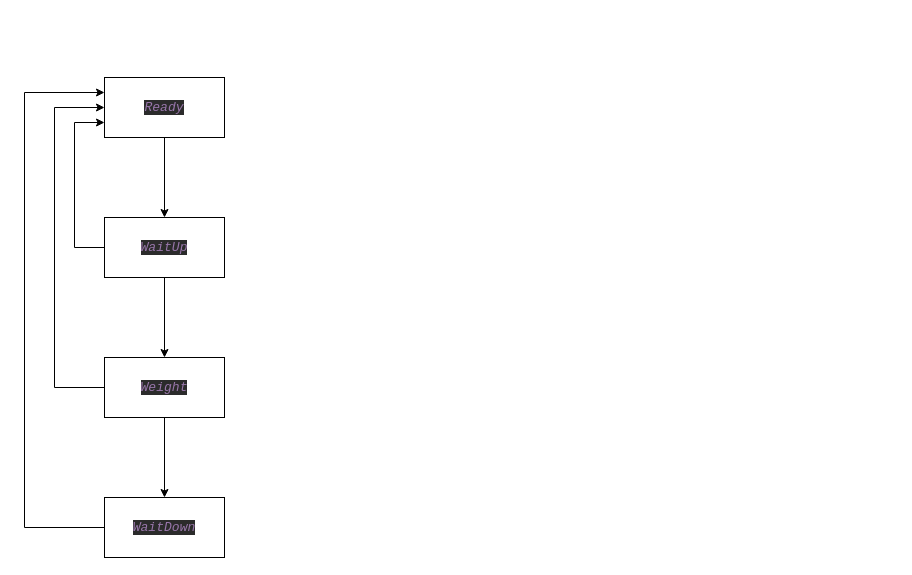
Before: v2weigh.drawio in lipeng260/drawio, a draw.io diagram. Source tidied: cells renumbered, new cells numbered last; positions are measured from the earlier drawing's top-left corner, leaving out a move shared by most shapes. Both pictures are drawn from the tidied source at 100%, with x=0, y=0 at pixel (24, 77).
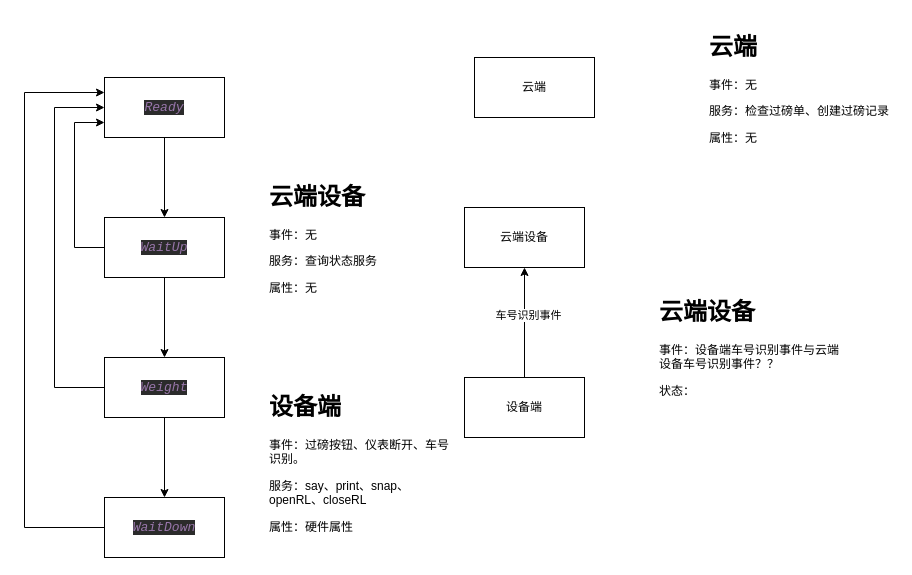
The same diagram, later.

What changed in the source:
```diff
@@
+    <mxCell id="12" style="edgeStyle=orthogonalEdgeStyle;rounded=0;jettySize=auto;html=1;exitX=0.5;exitY=0;exitDx=0;exitDy=0;entryX=0.5;entryY=1;entryDx=0;entryDy=0;" parent="1" edge="1" source="14" target="15">
+      <mxGeometry relative="1" as="geometry" />
+    </mxCell>
+    <mxCell id="13" value="车号识别事件" style="edgeLabel;html=1;align=center;verticalAlign=middle;" parent="12" vertex="1">
+      <mxGeometry x="0.15" y="-3" relative="1" as="geometry" />
+    </mxCell>
+    <mxCell id="14" value="设备端" style="rounded=0;whiteSpace=wrap;html=1;" parent="1" vertex="1">
+      <mxGeometry x="440" y="300" width="120" height="60" as="geometry" />
+    </mxCell>
+    <mxCell id="15" value="云端设备" style="rounded=0;whiteSpace=wrap;html=1;" parent="1" vertex="1">
+      <mxGeometry x="440" y="130" width="120" height="60" as="geometry" />
+    </mxCell>
+    <mxCell id="16" value="云端" style="rounded=0;whiteSpace=wrap;html=1;" parent="1" vertex="1">
+      <mxGeometry x="450" y="-20" width="120" height="60" as="geometry" />
+    </mxCell>
+    <mxCell id="17" value="&lt;h1&gt;设备端&lt;/h1&gt;&lt;p&gt;事件：过磅按钮、仪表断开、车号识别。&lt;/p&gt;&lt;p&gt;服务：say、print、snap、openRL、closeRL&lt;/p&gt;&lt;p&gt;属性：硬件属性&lt;/p&gt;" style="text;html=1;strokeColor=none;fillColor=none;spacing=5;spacingTop=-20;whiteSpace=wrap;overflow=hidden;rounded=0;" parent="1" vertex="1">
+      <mxGeometry x="240" y="310" width="190" height="150" as="geometry" />
+    </mxCell>
+    <mxCell id="18" value="&lt;h1&gt;云端设备&lt;/h1&gt;&lt;p&gt;事件：无&lt;/p&gt;&lt;p&gt;服务：查询状态服务&lt;/p&gt;&lt;p&gt;属性：无&lt;/p&gt;" style="text;html=1;strokeColor=none;fillColor=none;spacing=5;spacingTop=-20;whiteSpace=wrap;overflow=hidden;rounded=0;" parent="1" vertex="1">
+      <mxGeometry x="240" y="100" width="190" height="180" as="geometry" />
+    </mxCell>
+    <mxCell id="19" value="&lt;h1&gt;云端设备&lt;/h1&gt;&lt;p&gt;事件：设备端车号识别事件与云端设备车号识别事件？？&lt;/p&gt;&lt;p&gt;状态：&lt;/p&gt;&lt;p&gt;&lt;br&gt;&lt;/p&gt;" style="text;html=1;strokeColor=none;fillColor=none;spacing=5;spacingTop=-20;whiteSpace=wrap;overflow=hidden;rounded=0;" parent="1" vertex="1">
+      <mxGeometry x="630" y="215" width="190" height="190" as="geometry" />
+    </mxCell>
+    <mxCell id="20" value="&lt;h1&gt;云端&lt;/h1&gt;&lt;p&gt;事件：无&lt;/p&gt;&lt;p&gt;服务：检查过磅单、创建过磅记录&lt;/p&gt;&lt;p&gt;属性：无&lt;/p&gt;" style="text;html=1;strokeColor=none;fillColor=none;spacing=5;spacingTop=-20;whiteSpace=wrap;overflow=hidden;rounded=0;" parent="1" vertex="1">
+      <mxGeometry x="680" y="-50" width="190" height="120" as="geometry" />
+    </mxCell>
```
